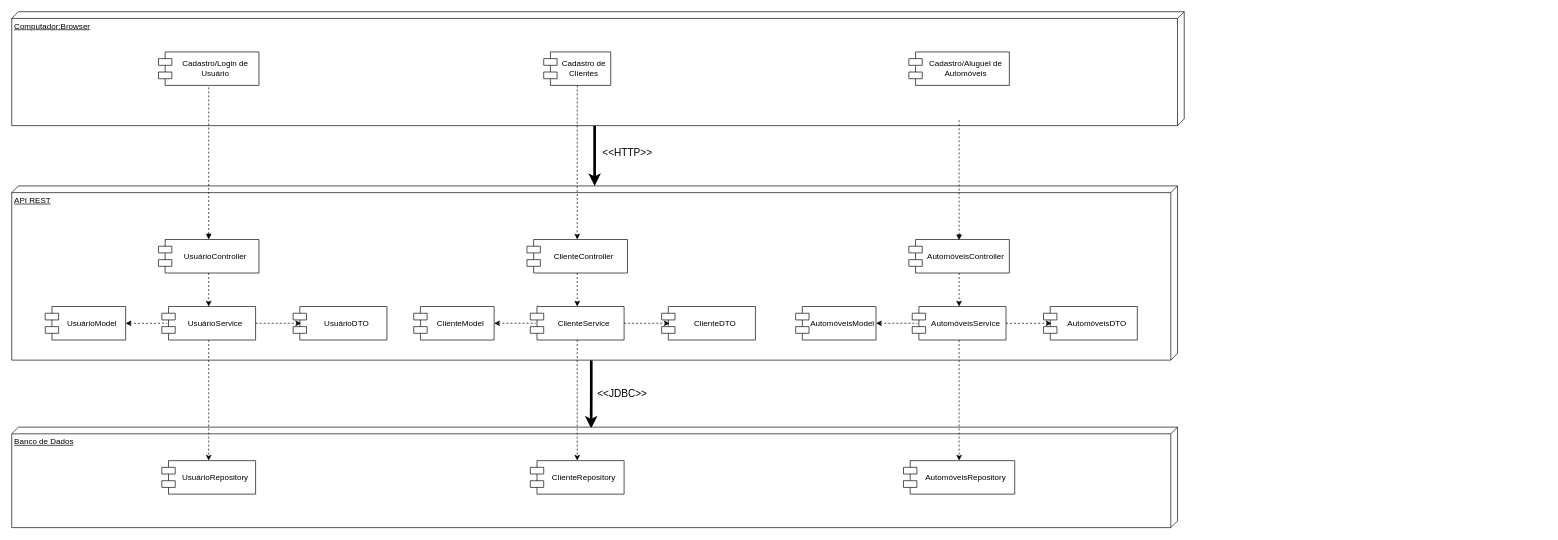
Before: projeto/draw.io/DiagramaDeImplantacaoComComponentes.drawio in Gab-HSP/laboratorio-2, a draw.io diagram. Source tidied: cells renumbered, new cells numbered last; positions are measured from the earlier drawing's top-left corner, leaving out a move shared by most shapes. Both pictures are drawn from the tidied source at 67%, with x=0, y=0 at pixel (11, 11).
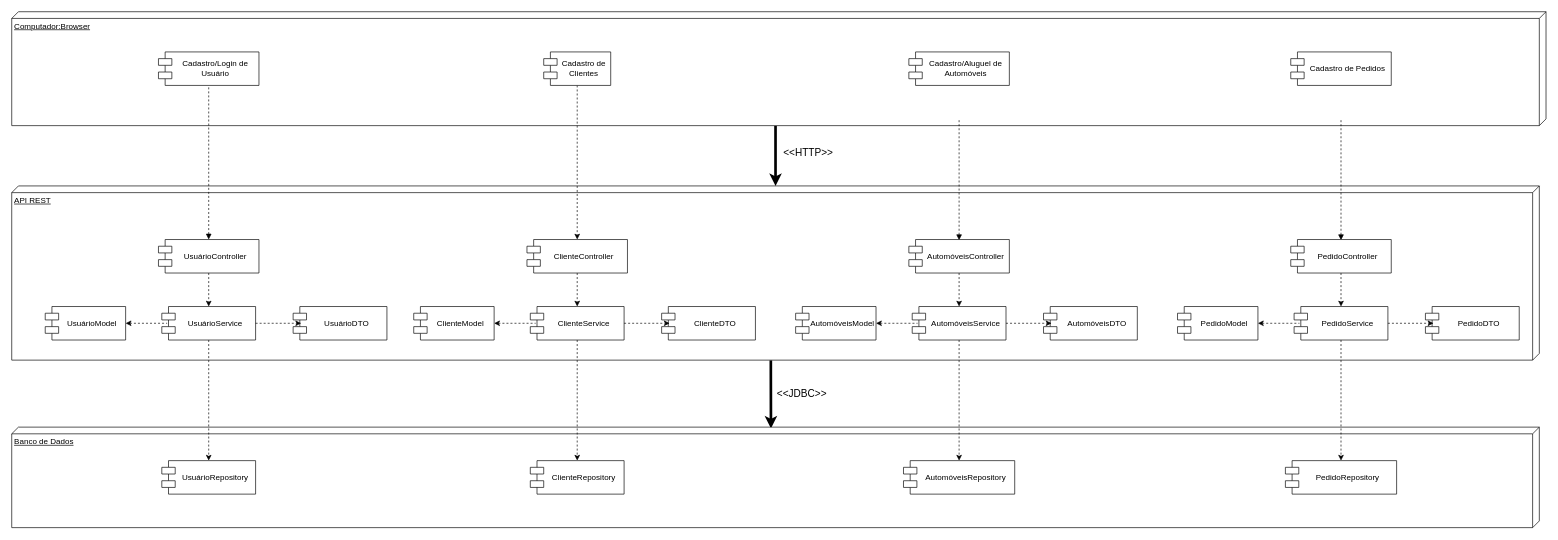
Above is the later version.

Commit message (it also covers changes not shown here):
atualizando diagramas

Change to the diagram source:
```diff
@@
-    <mxCell id="2" style="edgeStyle=orthogonalEdgeStyle;rounded=0;jettySize=auto;html=1;exitX=0;exitY=0;exitDx=170;exitDy=880;exitPerimeter=0;strokeWidth=4;" parent="1" edge="1" source="4" target="7">
-      <mxGeometry relative="1" as="geometry" />
+    <mxCell id="2" style="edgeStyle=orthogonalEdgeStyle;rounded=0;jettySize=auto;html=1;strokeWidth=4;" parent="1" edge="1" source="4" target="7">
+      <mxGeometry relative="1" as="geometry">
+        <Array as="points">
+          <mxPoint x="1140" y="190" />
+          <mxPoint x="1140" y="190" />
+        </Array>
+      </mxGeometry>
     </mxCell>
@@
     <mxCell id="4" value="Computador:Browser" style="verticalAlign=top;align=left;spacingTop=8;spacingLeft=2;spacingRight=12;shape=cube;size=10;direction=south;fontStyle=4;html=1;whiteSpace=wrap;" parent="1" vertex="1">
-      <mxGeometry width="1750" height="170" as="geometry" />
+      <mxGeometry width="2290" height="170" as="geometry" />
     </mxCell>
-    <mxCell id="5" style="edgeStyle=orthogonalEdgeStyle;rounded=0;jettySize=auto;html=1;exitX=0;exitY=0;exitDx=260;exitDy=875;exitPerimeter=0;strokeWidth=4;entryX=0.013;entryY=0.503;entryDx=0;entryDy=0;entryPerimeter=0;" parent="1" edge="1" source="7" target="8">
-      <mxGeometry relative="1" as="geometry" />
+    <mxCell id="5" style="edgeStyle=orthogonalEdgeStyle;rounded=0;jettySize=auto;html=1;strokeWidth=4;entryX=0.013;entryY=0.503;entryDx=0;entryDy=0;entryPerimeter=0;" parent="1" edge="1" source="7" target="8">
+      <mxGeometry relative="1" as="geometry">
+        <Array as="points">
+          <mxPoint x="1133" y="540" />
+          <mxPoint x="1133" y="540" />
+        </Array>
+      </mxGeometry>
     </mxCell>
@@
     <mxCell id="7" value="API REST" style="verticalAlign=top;align=left;spacingTop=8;spacingLeft=2;spacingRight=12;shape=cube;size=10;direction=south;fontStyle=4;html=1;whiteSpace=wrap;" parent="1" vertex="1">
-      <mxGeometry y="260" width="1740" height="260" as="geometry" />
+      <mxGeometry y="260" width="2280" height="260" as="geometry" />
     </mxCell>
     <mxCell id="8" value="Banco de Dados" style="verticalAlign=top;align=left;spacingTop=8;spacingLeft=2;spacingRight=12;shape=cube;size=10;direction=south;fontStyle=4;html=1;whiteSpace=wrap;" parent="1" vertex="1">
-      <mxGeometry y="620" width="1740" height="150" as="geometry" />
+      <mxGeometry y="620" width="2280" height="150" as="geometry" />
     </mxCell>
@@
+    <mxCell id="42" style="edgeStyle=orthogonalEdgeStyle;rounded=0;jettySize=auto;html=1;exitX=0.5;exitY=1;exitDx=0;exitDy=0;entryX=0.5;entryY=0;entryDx=0;entryDy=0;dashed=1;" parent="1" edge="1" source="44" target="46">
+      <mxGeometry relative="1" as="geometry" />
+    </mxCell>
+    <mxCell id="43" style="edgeStyle=orthogonalEdgeStyle;rounded=0;orthogonalLoop=1;jettySize=auto;html=1;dashed=1;startArrow=block;startFill=1;endArrow=none;" parent="1" edge="1">
+      <mxGeometry relative="1" as="geometry">
+        <mxPoint x="1984" y="341" as="sourcePoint" />
+        <mxPoint x="1984" y="161" as="targetPoint" />
+      </mxGeometry>
+    </mxCell>
+    <mxCell id="44" value="PedidoController" style="shape=module;align=center;spacingLeft=20;align=center;verticalAlign=middle;whiteSpace=wrap;html=1;labelPosition=center;verticalLabelPosition=middle;" parent="1" vertex="1">
+      <mxGeometry x="1909" y="340" width="150" height="50" as="geometry" />
+    </mxCell>
+    <mxCell id="45" style="edgeStyle=orthogonalEdgeStyle;rounded=0;jettySize=auto;html=1;dashed=1;startArrow=none;startFill=0;endArrow=classic;endFill=1;" parent="1" edge="1" source="46" target="52">
+      <mxGeometry relative="1" as="geometry" />
+    </mxCell>
+    <mxCell id="46" value="PedidoService" style="shape=module;align=center;spacingLeft=20;align=center;verticalAlign=middle;whiteSpace=wrap;html=1;labelPosition=center;verticalLabelPosition=middle;" parent="1" vertex="1">
+      <mxGeometry x="1914" y="440" width="140" height="50" as="geometry" />
+    </mxCell>
+    <mxCell id="47" value="PedidoModel" style="shape=module;align=center;spacingLeft=20;align=center;verticalAlign=middle;whiteSpace=wrap;html=1;labelPosition=center;verticalLabelPosition=middle;" parent="1" vertex="1">
+      <mxGeometry x="1740" y="440" width="120" height="50" as="geometry" />
+    </mxCell>
+    <mxCell id="48" value="PedidoDTO" style="shape=module;align=center;spacingLeft=20;align=center;verticalAlign=middle;whiteSpace=wrap;html=1;labelPosition=center;verticalLabelPosition=middle;" parent="1" vertex="1">
+      <mxGeometry x="2110" y="440" width="140" height="50" as="geometry" />
+    </mxCell>
+    <mxCell id="49" style="edgeStyle=orthogonalEdgeStyle;rounded=0;jettySize=auto;html=1;exitX=1;exitY=0.5;exitDx=0;exitDy=0;entryX=0.086;entryY=0.5;entryDx=0;entryDy=0;entryPerimeter=0;dashed=1;" parent="1" edge="1" source="46" target="48">
+      <mxGeometry relative="1" as="geometry" />
+    </mxCell>
+    <mxCell id="50" style="edgeStyle=orthogonalEdgeStyle;rounded=0;jettySize=auto;html=1;exitX=1;exitY=0.5;exitDx=0;exitDy=0;entryX=0.057;entryY=0.5;entryDx=0;entryDy=0;entryPerimeter=0;endArrow=none;startFill=1;startArrow=classic;dashed=1;" parent="1" edge="1" source="47" target="46">
+      <mxGeometry relative="1" as="geometry" />
+    </mxCell>
+    <mxCell id="51" value="Cadastro de Pedidos" style="shape=module;align=center;spacingLeft=20;align=center;verticalAlign=middle;whiteSpace=wrap;html=1;labelPosition=center;verticalLabelPosition=middle;" parent="1" vertex="1">
+      <mxGeometry x="1909" y="60" width="150" height="50" as="geometry" />
+    </mxCell>
+    <mxCell id="52" value="PedidoRepository" style="shape=module;align=center;spacingLeft=20;align=center;verticalAlign=middle;whiteSpace=wrap;html=1;labelPosition=center;verticalLabelPosition=middle;" parent="1" vertex="1">
+      <mxGeometry x="1901" y="670" width="166" height="50" as="geometry" />
+    </mxCell>
```
